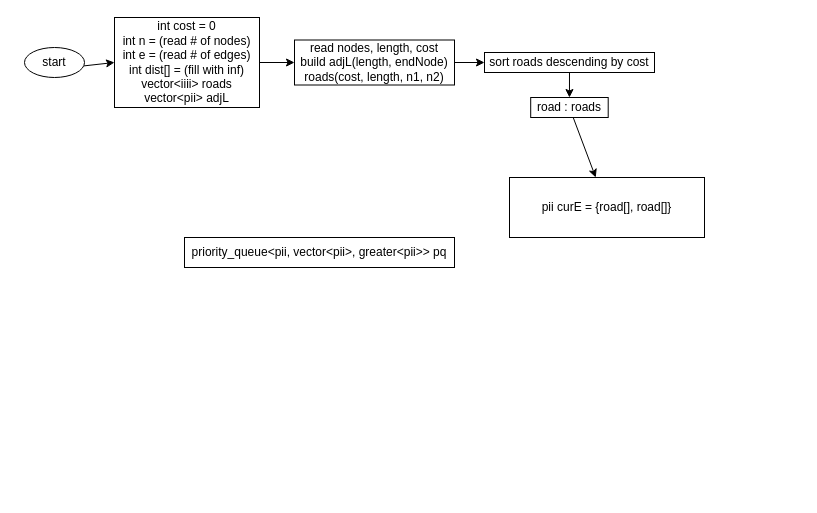
The draw.io diagram page "main" (1 of 2) of c++/cccPractice/problems/senior/2023/design/s4-minimumCostRoads.dio in andrew-canada/gomoku, before the edit. Source tidied: cells renumbered, new cells numbered last; positions are measured from the earlier drawing's top-left corner, leaving out a move shared by most shapes. Both pictures are drawn from the tidied source at 100%, with x=0, y=0 at pixel (24, 17).
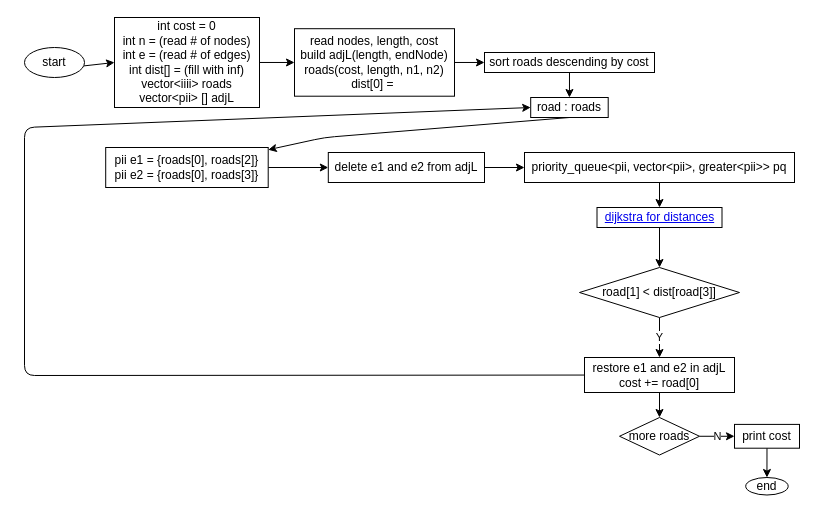
The same diagram, later.

The change refers to these unchanged cells:
```xml
<mxCell id="12" value="road : roads" style="whiteSpace=wrap;html=1;" parent="1" vertex="1">
  <mxGeometry x="506.2" y="80" width="77.5" height="20" as="geometry" />
</mxCell>
```

The edit, as a diff of the source:
```diff
@@
-    <mxCell id="5" value="int cost = 0&lt;br&gt;int n = (read # of nodes)&lt;br&gt;int e = (read # of edges)&lt;br&gt;int dist[] = (fill with inf)&lt;br&gt;vector&amp;lt;iiii&amp;gt; roads&lt;br&gt;vector&amp;lt;pii&amp;gt; adjL" style="whiteSpace=wrap;html=1;" parent="1" vertex="1">
+    <mxCell id="5" value="int cost = 0&lt;br&gt;int n = (read # of nodes)&lt;br&gt;int e = (read # of edges)&lt;br&gt;int dist[] = (fill with inf)&lt;br&gt;vector&amp;lt;iiii&amp;gt; roads&lt;br&gt;vector&amp;lt;pii&amp;gt; [] adjL" style="whiteSpace=wrap;html=1;" parent="1" vertex="1">
       <mxGeometry x="90" width="145" height="90" as="geometry" />
     </mxCell>
@@
-    <mxCell id="7" value="read nodes, length, cost&lt;br&gt;build adjL(length, endNode)&lt;br&gt;roads(cost, length, n1, n2)" style="whiteSpace=wrap;html=1;" parent="1" vertex="1">
-      <mxGeometry x="270" y="22.5" width="160" height="45" as="geometry" />
+    <mxCell id="7" value="read nodes, length, cost&lt;br&gt;build adjL(length, endNode)&lt;br&gt;roads(cost, length, n1, n2)&lt;br&gt;dist[0] =&amp;nbsp;" style="whiteSpace=wrap;html=1;" parent="1" vertex="1">
+      <mxGeometry x="270" y="11.2" width="160" height="67.5" as="geometry" />
     </mxCell>
@@
+    <mxCell id="14" style="edgeStyle=none;html=1;entryX=0.5;entryY=0;entryDx=0;entryDy=0;" parent="1" edge="1" source="10" target="29">
+      <mxGeometry relative="1" as="geometry" />
+    </mxCell>
     <mxCell id="10" value="priority_queue&amp;lt;pii, vector&amp;lt;pii&amp;gt;, greater&amp;lt;pii&amp;gt;&amp;gt; pq" style="whiteSpace=wrap;html=1;" parent="1" vertex="1">
-      <mxGeometry x="160" y="220" width="270" height="30" as="geometry" />
+      <mxGeometry x="500" y="135" width="270" height="30" as="geometry" />
     </mxCell>
-    <mxCell id="11" style="edgeStyle=none;html=1;" parent="1" edge="1" source="12" target="13">
-      <mxGeometry relative="1" as="geometry" />
+    <mxCell id="11" style="edgeStyle=none;html=1;exitX=0.5;exitY=1;exitDx=0;exitDy=0;" parent="1" edge="1" source="12" target="13">
+      <mxGeometry relative="1" as="geometry">
+        <Array as="points">
+          <mxPoint x="300" y="120" />
+        </Array>
+      </mxGeometry>
     </mxCell>
@@
+    <mxCell id="15" style="edgeStyle=none;html=1;" parent="1" edge="1" source="13" target="17">
+      <mxGeometry relative="1" as="geometry" />
+    </mxCell>
-    <mxCell id="13" value="pii curE = {road[], road[]}" style="whiteSpace=wrap;html=1;" parent="1" vertex="1">
-      <mxGeometry x="485" y="160" width="195" height="60" as="geometry" />
+    <mxCell id="13" value="pii e1 = {roads[0], roads[2]}&lt;br&gt;pii e2 = {roads[0], roads[3]}" style="whiteSpace=wrap;html=1;" parent="1" vertex="1">
+      <mxGeometry x="81.2" y="130" width="162.5" height="40" as="geometry" />
     </mxCell>
+    <mxCell id="16" style="edgeStyle=none;html=1;" parent="1" edge="1" source="17" target="10">
+      <mxGeometry relative="1" as="geometry" />
+    </mxCell>
+    <mxCell id="17" value="delete e1 and e2 from adjL" style="whiteSpace=wrap;html=1;" parent="1" vertex="1">
+      <mxGeometry x="303.8" y="135" width="156.2" height="30" as="geometry" />
+    </mxCell>
+    <mxCell id="18" value="Y" style="edgeStyle=none;html=1;" parent="1" edge="1" source="19" target="22">
+      <mxGeometry relative="1" as="geometry" />
+    </mxCell>
+    <mxCell id="19" value="road[1] &amp;lt; dist[road[3]]" style="rhombus;whiteSpace=wrap;html=1;" parent="1" vertex="1">
+      <mxGeometry x="555" y="250" width="160" height="50" as="geometry" />
+    </mxCell>
+    <mxCell id="20" style="edgeStyle=none;html=1;" parent="1" edge="1" source="22" target="24">
+      <mxGeometry relative="1" as="geometry" />
+    </mxCell>
+    <mxCell id="21" style="edgeStyle=none;html=1;entryX=0;entryY=0.5;entryDx=0;entryDy=0;" parent="1" edge="1" source="22" target="12">
+      <mxGeometry relative="1" as="geometry">
+        <Array as="points">
+          <mxPoint y="358" />
+          <mxPoint y="110" />
+        </Array>
+      </mxGeometry>
+    </mxCell>
+    <mxCell id="22" value="restore e1 and e2 in adjL&lt;br&gt;cost += road[0]" style="whiteSpace=wrap;html=1;" parent="1" vertex="1">
+      <mxGeometry x="560" y="340" width="150" height="35" as="geometry" />
+    </mxCell>
+    <mxCell id="23" value="N" style="edgeStyle=none;html=1;" parent="1" edge="1" source="24" target="26">
+      <mxGeometry relative="1" as="geometry" />
+    </mxCell>
+    <mxCell id="24" value="more roads" style="rhombus;whiteSpace=wrap;html=1;" parent="1" vertex="1">
+      <mxGeometry x="595" y="400" width="80" height="37.5" as="geometry" />
+    </mxCell>
+    <mxCell id="25" style="edgeStyle=none;html=1;" parent="1" edge="1" source="26" target="27">
+      <mxGeometry relative="1" as="geometry" />
+    </mxCell>
+    <mxCell id="26" value="print cost" style="whiteSpace=wrap;html=1;" parent="1" vertex="1">
+      <mxGeometry x="710" y="406.9" width="65" height="23.8" as="geometry" />
+    </mxCell>
+    <mxCell id="27" value="end" style="ellipse;whiteSpace=wrap;html=1;" parent="1" vertex="1">
+      <mxGeometry x="721.2" y="460" width="42.5" height="17.5" as="geometry" />
+    </mxCell>
+    <mxCell id="28" style="edgeStyle=none;html=1;" parent="1" edge="1" source="29" target="19">
+      <mxGeometry relative="1" as="geometry" />
+    </mxCell>
+    <mxCell id="29" value="&lt;a href=&quot;data:page/id,Fa8WVxmVWfJdRyGfKe2G&quot;&gt;dijkstra for distances&lt;/a&gt;" style="rounded=0;whiteSpace=wrap;html=1;" parent="1" vertex="1">
+      <mxGeometry x="572.5" y="190" width="125" height="20" as="geometry" />
+    </mxCell>
```
